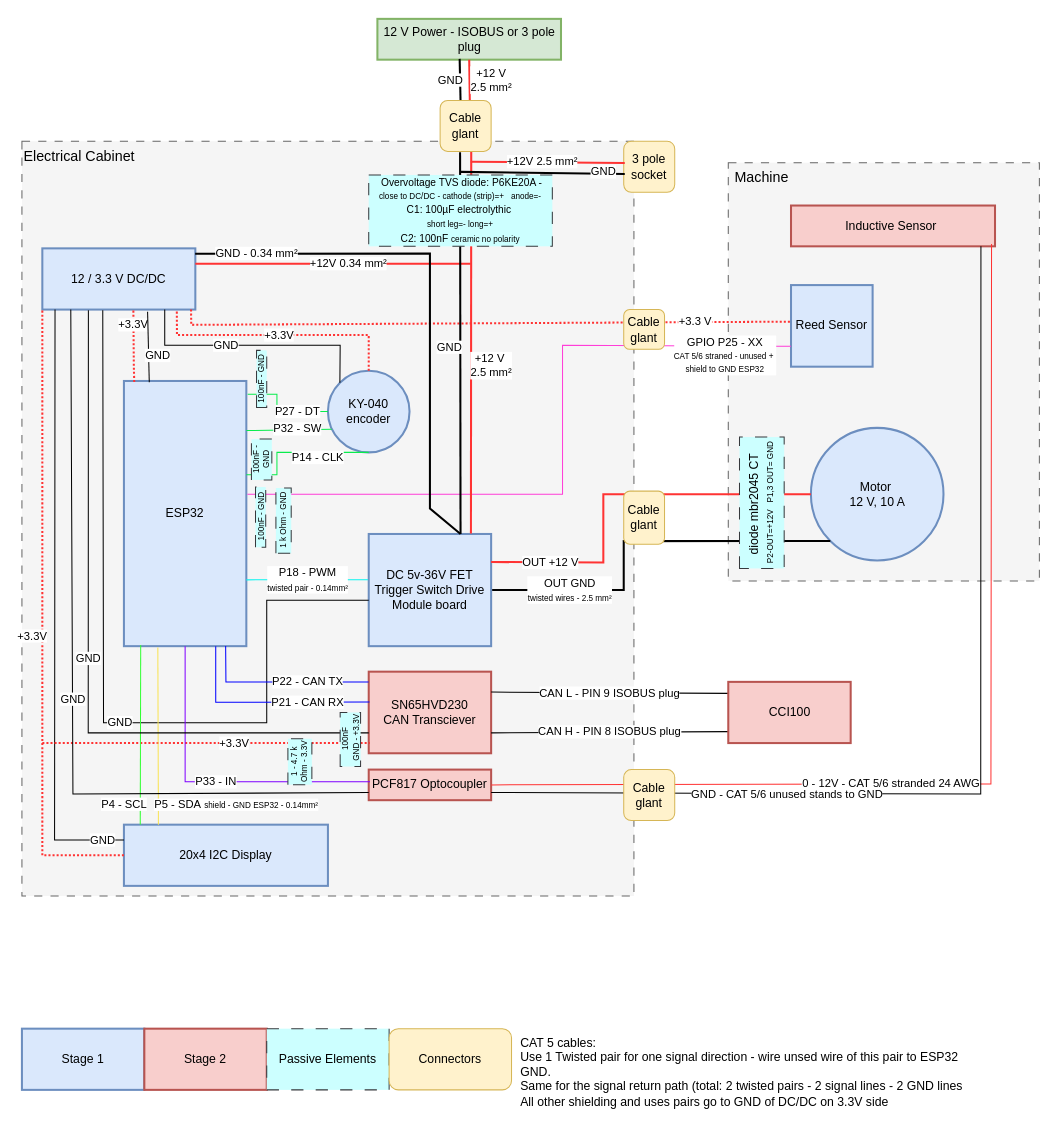
Before: docs_requirements/circuit_20260224.drawio in janpfrang/Ali-s-ISOBUS-motorcontrol, a draw.io diagram. Source tidied: cells renumbered, new cells numbered last; positions are measured from the earlier drawing's top-left corner, leaving out a move shared by most shapes. Both pictures are drawn from the tidied source at 102%, with x=0, y=0 at pixel (21, 18).
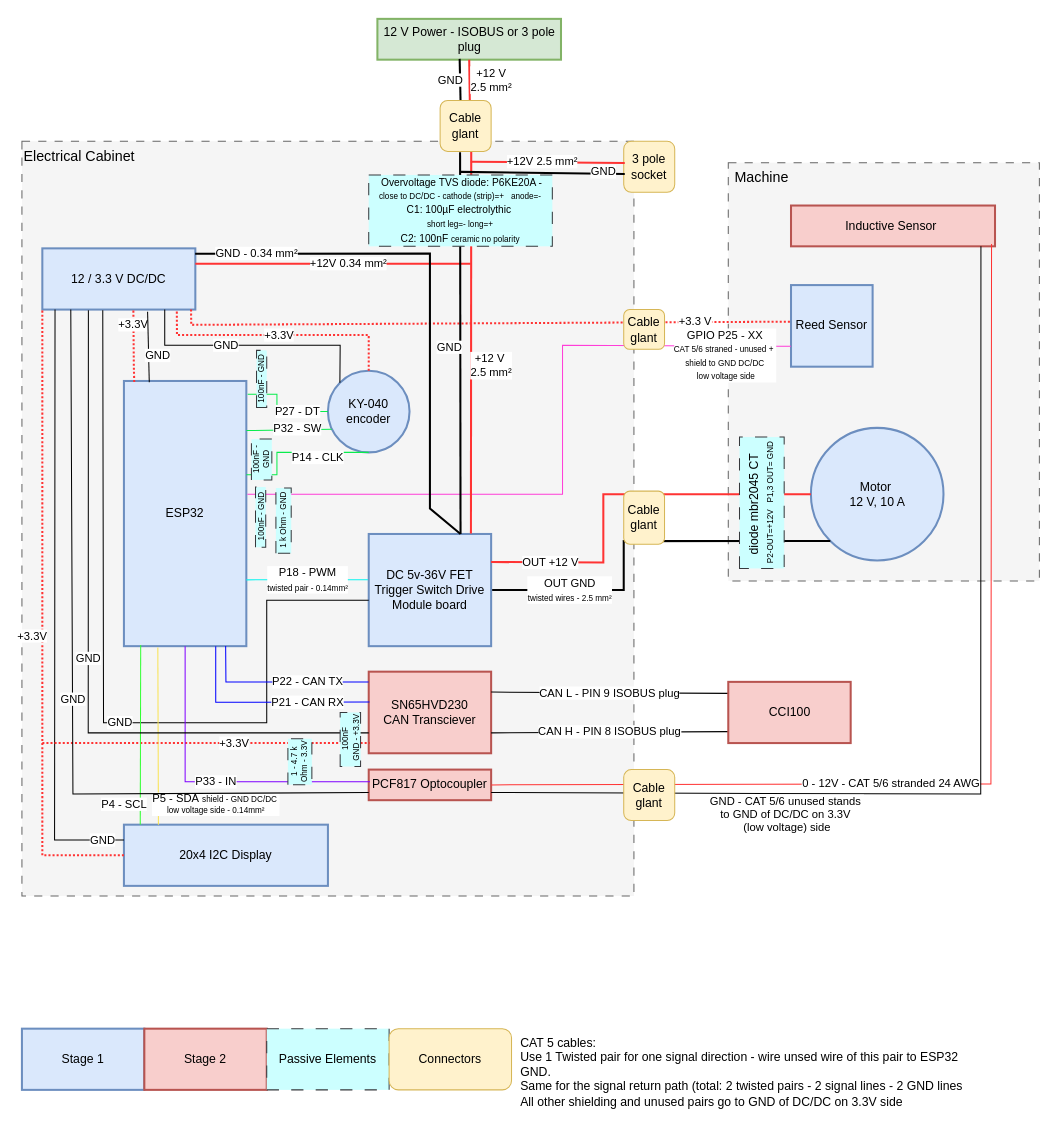
The same page after the edit.

Unchanged cells that the change refers to:
```xml
<mxCell id="6" value="ESP32" style="rounded=0;whiteSpace=wrap;html=1;strokeWidth=2;fillColor=#dae8fc;strokeColor=#6c8ebf;" parent="1" vertex="1">
  <mxGeometry x="100" y="355" width="120" height="260" as="geometry" />
</mxCell>
<mxCell id="7" value="20x4 I2C Display" style="rounded=0;whiteSpace=wrap;html=1;strokeWidth=2;fillColor=#dae8fc;strokeColor=#6c8ebf;" parent="1" vertex="1">
  <mxGeometry x="100" y="790" width="200" height="60" as="geometry" />
</mxCell>
<mxCell id="10" value="Reed Sensor" style="whiteSpace=wrap;html=1;strokeWidth=2;fillColor=#dae8fc;strokeColor=#6c8ebf;" parent="1" vertex="1">
  <mxGeometry x="754" y="261" width="80" height="80" as="geometry" />
</mxCell>
<mxCell id="46" value="&lt;div&gt;PCF817 Optocoupler&lt;/div&gt;" style="rounded=0;whiteSpace=wrap;html=1;strokeWidth=2;fillColor=#f8cecc;strokeColor=#b85450;" parent="1" vertex="1">
  <mxGeometry x="340" y="736" width="120" height="30" as="geometry" />
</mxCell>
<mxCell id="47" value="Inductive Sensor&amp;nbsp;" style="rounded=0;whiteSpace=wrap;html=1;strokeWidth=2;fillColor=#f8cecc;strokeColor=#b85450;" parent="1" vertex="1">
  <mxGeometry x="754" y="183" width="200" height="40" as="geometry" />
</mxCell>
```

What changed in the source:
```diff
@@
-    <mxCell id="22" value="&lt;div&gt;GPIO P25 - XX&lt;/div&gt;&lt;div&gt;&lt;font style=&quot;font-size: 8px;&quot;&gt;CAT 5/6 straned - unused +&amp;nbsp;&lt;/font&gt;&lt;/div&gt;&lt;div&gt;&lt;font style=&quot;font-size: 8px;&quot;&gt;shield to GND ESP32&lt;/font&gt;&lt;/div&gt;" style="endArrow=none;html=1;rounded=0;exitX=1.008;exitY=0.423;exitDx=0;exitDy=0;entryX=0;entryY=0.75;entryDx=0;entryDy=0;strokeColor=#FF3ED8;exitPerimeter=0;" parent="1" edge="1" target="10">
+    <mxCell id="22" value="&lt;div&gt;GPIO P25 - XX&lt;/div&gt;&lt;div&gt;&lt;font style=&quot;font-size: 8px;&quot;&gt;CAT 5/6 straned - unused +&amp;nbsp;&lt;/font&gt;&lt;/div&gt;&lt;div&gt;&lt;font style=&quot;font-size: 8px;&quot;&gt;shield to GND DC/DC&lt;/font&gt;&lt;/div&gt;&lt;div&gt;&lt;font style=&quot;font-size: 8px;&quot;&gt;&amp;nbsp;low voltage side&lt;/font&gt;&lt;/div&gt;" style="endArrow=none;html=1;rounded=0;exitX=1.008;exitY=0.423;exitDx=0;exitDy=0;entryX=0;entryY=0.75;entryDx=0;entryDy=0;strokeColor=#FF3ED8;exitPerimeter=0;" parent="1" edge="1" target="10">
       <mxGeometry x="0.81" y="-9" relative="1" as="geometry">
         <mxPoint x="221" y="466" as="sourcePoint" />
         <Array as="points">
           <mxPoint x="530" y="466" />
           <mxPoint x="530" y="320" />
         </Array>
       </mxGeometry>
     </mxCell>
@@
-    <mxCell id="50" value="&lt;div style=&quot;line-height: 100%;&quot;&gt;P5 - SDA&amp;nbsp;&lt;font style=&quot;background-color: light-dark(#ffffff, var(--ge-dark-color, #121212)); color: light-dark(rgb(0, 0, 0), rgb(255, 255, 255)); font-size: 8px; line-height: 100%;&quot;&gt;shield -&lt;/font&gt;&lt;span style=&quot;color: light-dark(rgb(0, 0, 0), rgb(255, 255, 255)); font-size: 8px; background-color: light-dark(#ffffff, var(--ge-dark-color, #121212)); line-height: 100%;&quot;&gt;&amp;nbsp;GND ESP32&amp;nbsp;&lt;/span&gt;&lt;span style=&quot;background-color: light-dark(#ffffff, var(--ge-dark-color, #121212)); color: light-dark(rgb(0, 0, 0), rgb(255, 255, 255)); font-size: 8px;&quot;&gt;- 0.14mm²&lt;/span&gt;&lt;/div&gt;" style="endArrow=none;html=1;rounded=0;exitX=0.277;exitY=1.005;exitDx=0;exitDy=0;exitPerimeter=0;entryX=0.169;entryY=0.001;entryDx=0;entryDy=0;entryPerimeter=0;strokeColor=light-dark(#f9e353, #ededed);" parent="1" edge="1" source="6" target="7">
-      <mxGeometry x="0.77" y="76" relative="1" as="geometry" />
+    <mxCell id="50" value="&lt;div style=&quot;line-height: 100%;&quot;&gt;P5 - SDA&amp;nbsp;&lt;font style=&quot;background-color: light-dark(#ffffff, var(--ge-dark-color, #121212)); color: light-dark(rgb(0, 0, 0), rgb(255, 255, 255)); font-size: 8px; line-height: 100%;&quot;&gt;shield -&lt;/font&gt;&lt;span style=&quot;color: light-dark(rgb(0, 0, 0), rgb(255, 255, 255)); font-size: 8px; background-color: light-dark(#ffffff, var(--ge-dark-color, #121212)); line-height: 100%;&quot;&gt;&amp;nbsp;GND&amp;nbsp;&lt;/span&gt;&lt;span style=&quot;color: light-dark(rgb(0, 0, 0), rgb(255, 255, 255)); font-size: 8px; background-color: light-dark(#ffffff, var(--ge-dark-color, #121212)); line-height: 100%;&quot;&gt;DC/DC&amp;nbsp;&lt;/span&gt;&lt;/div&gt;&lt;div style=&quot;line-height: 100%;&quot;&gt;&lt;span style=&quot;color: light-dark(rgb(0, 0, 0), rgb(255, 255, 255)); font-size: 8px; background-color: light-dark(#ffffff, var(--ge-dark-color, #121212)); line-height: 100%;&quot;&gt;low voltage side&amp;nbsp;&lt;/span&gt;&lt;span style=&quot;background-color: light-dark(#ffffff, var(--ge-dark-color, #121212)); color: light-dark(rgb(0, 0, 0), rgb(255, 255, 255)); font-size: 8px;&quot;&gt;- 0.14mm²&lt;/span&gt;&lt;/div&gt;" style="endArrow=none;html=1;rounded=0;exitX=0.277;exitY=1.005;exitDx=0;exitDy=0;exitPerimeter=0;entryX=0.169;entryY=0.001;entryDx=0;entryDy=0;entryPerimeter=0;strokeColor=light-dark(#f9e353, #ededed);" parent="1" edge="1" source="6" target="7">
+      <mxGeometry x="0.77" y="56" relative="1" as="geometry" />
     </mxCell>
-    <mxCell id="51" value="GND - CAT 5/6 unused stands to GND" style="endArrow=none;html=1;rounded=0;entryX=1;entryY=0.75;entryDx=0;entryDy=0;exitX=0.931;exitY=0.996;exitDx=0;exitDy=0;exitPerimeter=0;" parent="1" edge="1" source="47" target="46">
-      <mxGeometry x="0.43" y="1" relative="1" as="geometry">
+    <mxCell id="51" value="&lt;div&gt;GND - CAT 5/6 unused stands&amp;nbsp;&lt;/div&gt;&lt;div&gt;to GND of DC/DC on 3.3V&amp;nbsp;&lt;/div&gt;&lt;div&gt;(low voltage) side&lt;/div&gt;" style="endArrow=none;html=1;rounded=0;entryX=1;entryY=0.75;entryDx=0;entryDy=0;exitX=0.931;exitY=0.996;exitDx=0;exitDy=0;exitPerimeter=0;" parent="1" edge="1" source="47" target="46">
+      <mxGeometry x="0.43" y="21" relative="1" as="geometry">
         <Array as="points">
           <mxPoint x="940" y="760" />
         </Array>
       </mxGeometry>
     </mxCell>
@@
-    <mxCell id="67" value="CAT 5 cables:&lt;div&gt;Use 1 Twisted pair for one signal direction - wire unsed wire of this pair to ESP32 GND.&lt;/div&gt;&lt;div&gt;Same for the signal return path (total: 2 twisted pairs - 2 signal lines - 2 GND lines&lt;/div&gt;&lt;div&gt;All other shielding and uses pairs go to GND of DC/DC on 3.3V side&amp;nbsp;&lt;/div&gt;" style="text;html=1;whiteSpace=wrap;strokeColor=none;fillColor=none;align=left;verticalAlign=top;rounded=0;" parent="1" vertex="1">
+    <mxCell id="67" value="CAT 5 cables:&lt;div&gt;Use 1 Twisted pair for one signal direction - wire unsed wire of this pair to ESP32 GND.&lt;/div&gt;&lt;div&gt;Same for the signal return path (total: 2 twisted pairs - 2 signal lines - 2 GND lines&lt;/div&gt;&lt;div&gt;All other shielding and unused pairs go to GND of DC/DC on 3.3V side&amp;nbsp;&lt;/div&gt;" style="text;html=1;whiteSpace=wrap;strokeColor=none;fillColor=none;align=left;verticalAlign=top;rounded=0;" parent="1" vertex="1">
       <mxGeometry x="487" y="990" width="453" height="80" as="geometry" />
     </mxCell>
```
